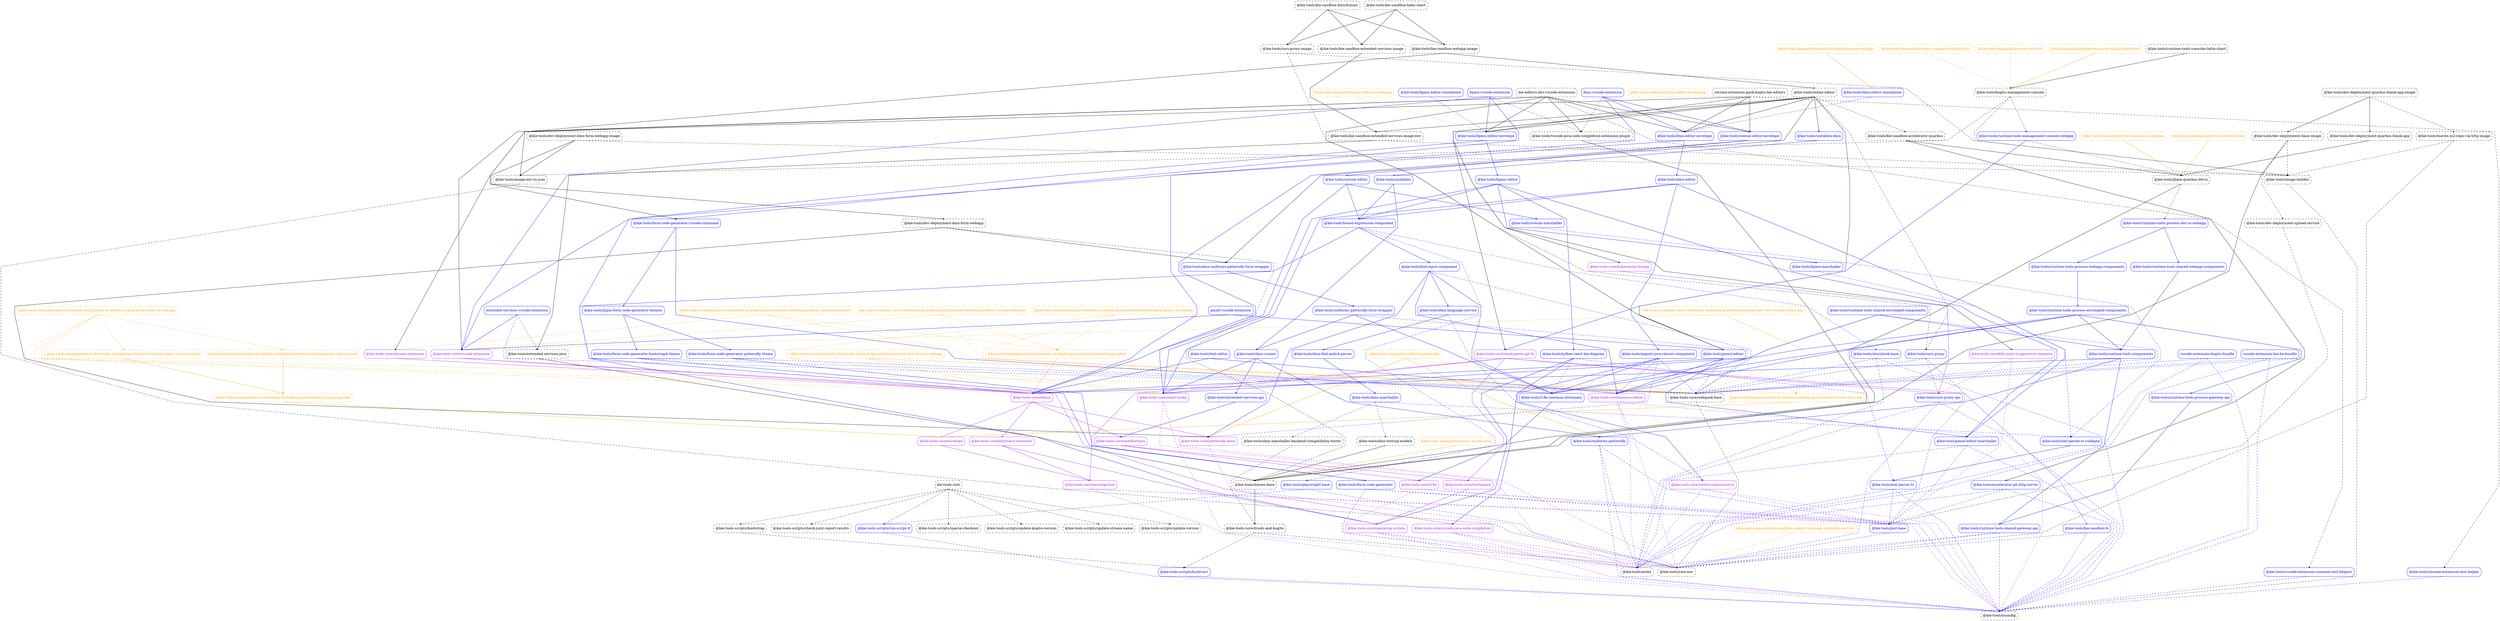
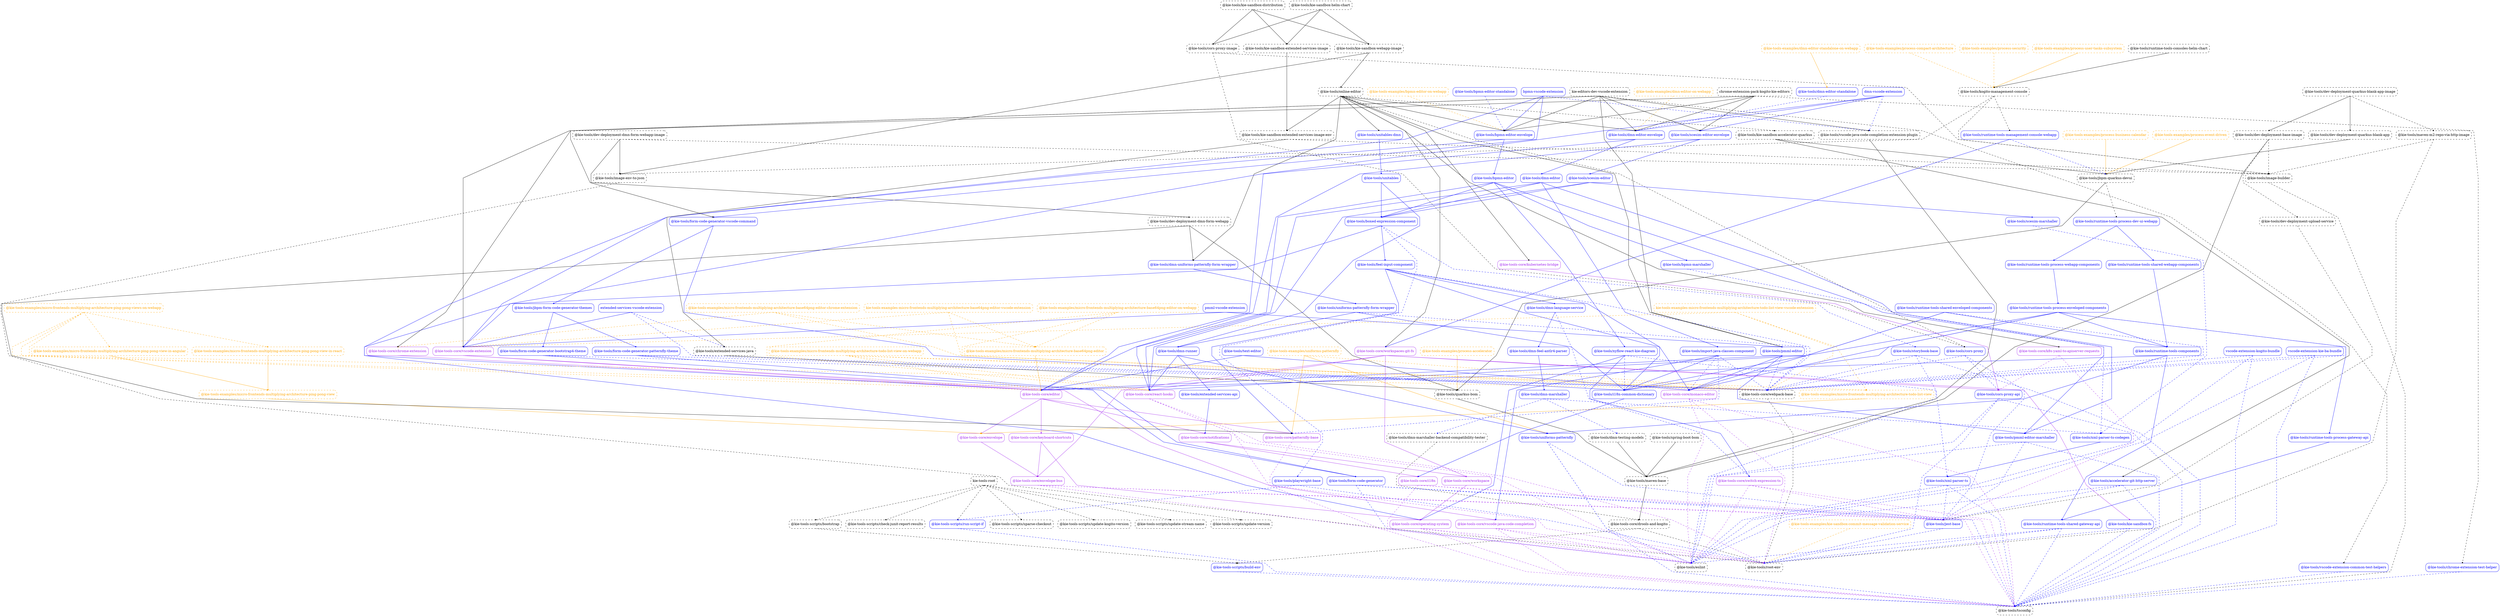
digraph G {
  graph [ ranksep =2, splines = "polyline", rankdir =TB, ordering = "out" ];
  node [ shape =box ];
  edge [ headport = "n", tailport = "s", arrowhead =dot, arrowsize =0.5 ];
  "kie-tools-root" [ color = "black", fontcolor = "black", style = "dashed, rounded" ];
  "@kie-tools-scripts/bootstrap" [ color = "black", fontcolor = "black", style = "dashed, rounded" ];
  "@kie-tools-scripts/check-junit-report-results" [ color = "black", fontcolor = "black", style = "dashed, rounded" ];
  "@kie-tools-scripts/run-script-if" [ color = "blue", fontcolor = "blue", style = "rounded" ];
  "@kie-tools-scripts/sparse-checkout" [ color = "black", fontcolor = "black", style = "dashed, rounded" ];
  "@kie-tools-scripts/update-kogito-version" [ color = "black", fontcolor = "black", style = "dashed, rounded" ];
  "@kie-tools-scripts/update-stream-name" [ color = "black", fontcolor = "black", style = "dashed, rounded" ];
  "@kie-tools-scripts/update-version" [ color = "black", fontcolor = "black", style = "dashed, rounded" ];
  "@kie-tools-examples/bpmn-editor-on-webapp" [ color = "orange", fontcolor = "orange", style = "dashed, rounded" ];
  "@kie-tools/bpmn-editor-envelope" [ color = "blue", fontcolor = "blue", style = "rounded" ];
  "@kie-tools-examples/dmn-editor-on-webapp" [ color = "orange", fontcolor = "orange", style = "dashed, rounded" ];
  "@kie-tools/dmn-editor-envelope" [ color = "blue", fontcolor = "blue", style = "rounded" ];
  "@kie-tools-examples/dmn-editor-standalone-on-webapp" [ color = "orange", fontcolor = "orange", style = "dashed, rounded" ];
  "@kie-tools/dmn-editor-standalone" [ color = "blue", fontcolor = "blue", style = "rounded" ];
  "@kie-tools-examples/kie-sandbox-commit-message-validation-service" [ color = "orange", fontcolor = "orange", style = "dashed, rounded" ];
  "@kie-tools/root-env" [ color = "black", fontcolor = "black", style = "dashed, rounded" ];
  "@kie-tools-examples/micro-frontends-multiplying-architecture-base64png-editor" [ color = "orange", fontcolor = "orange", style = "dashed, rounded" ];
  "@kie-tools-core/editor" [ color = "purple", fontcolor = "purple", style = "rounded" ];
  "@kie-tools-examples/micro-frontends-multiplying-architecture-base64png-editor-chrome-extension" [ color = "orange", fontcolor = "orange", style = "dashed, rounded" ];
  "@kie-tools-core/chrome-extension" [ color = "purple", fontcolor = "purple", style = "rounded" ];
  "@kie-tools-core/webpack-base" [ color = "black", fontcolor = "black", style = "dashed, rounded" ];
  "@kie-tools-examples/micro-frontends-multiplying-architecture-base64png-editor-on-webapp" [ color = "orange", fontcolor = "orange", style = "dashed, rounded" ];
  "@kie-tools-core/react-hooks" [ color = "purple", fontcolor = "purple", style = "rounded" ];
  "kie-tools-examples-micro-frontends-multiplying-architecture-base64png-editor-vscode-extension" [ color = "orange", fontcolor = "orange", style = "dashed, rounded" ];
  "@kie-tools-core/vscode-extension" [ color = "purple", fontcolor = "purple", style = "rounded" ];
  "@kie-tools-examples/micro-frontends-multiplying-architecture-ping-pong-view" [ color = "orange", fontcolor = "orange", style = "dashed, rounded" ];
  "@kie-tools-core/envelope" [ color = "purple", fontcolor = "purple", style = "rounded" ];
  "@kie-tools-examples/micro-frontends-multiplying-architecture-ping-pong-view-in-angular" [ color = "orange", fontcolor = "orange", style = "dashed, rounded" ];
  "@kie-tools-examples/micro-frontends-multiplying-architecture-ping-pong-view-in-react" [ color = "orange", fontcolor = "orange", style = "dashed, rounded" ];
  "@kie-tools-examples/micro-frontends-multiplying-architecture-ping-pong-views-on-webapp" [ color = "orange", fontcolor = "orange", style = "dashed, rounded" ];
  "@kie-tools-examples/micro-frontends-multiplying-architecture-todo-list-view" [ color = "orange", fontcolor = "orange", style = "dashed, rounded" ];
  "@kie-tools-examples/micro-frontends-multiplying-architecture-todo-list-view-on-webapp" [ color = "orange", fontcolor = "orange", style = "dashed, rounded" ];
  "kie-tools-examples-micro-frontends-multiplying-architecture-todo-list-view-vscode-extension" [ color = "orange", fontcolor = "orange", style = "dashed, rounded" ];
  "@kie-tools-examples/process-accelerator" [ color = "orange", fontcolor = "orange", style = "dashed, rounded" ];
-   "@kie-tools/maven-base" [ color = "black", fontcolor = "black", style = "dashed, rounded" ];
+   "@kie-tools/quarkus-bom" [ color = "black", fontcolor = "black", style = "dashed, rounded" ];
  "@kie-tools-examples/process-business-calendar" [ color = "orange", fontcolor = "orange", style = "dashed, rounded" ];
  "@kie-tools/jbpm-quarkus-devui" [ color = "black", fontcolor = "black", style = "dashed, rounded" ];
  "@kie-tools-examples/process-compact-architecture" [ color = "orange", fontcolor = "orange", style = "dashed, rounded" ];
  "@kie-tools/kogito-management-console" [ color = "black", fontcolor = "black", style = "dashed, rounded" ];
  "@kie-tools-examples/process-event-driven" [ color = "orange", fontcolor = "orange", style = "dashed, rounded" ];
  "@kie-tools-examples/process-security" [ color = "orange", fontcolor = "orange", style = "dashed, rounded" ];
  "@kie-tools-examples/process-user-tasks-subsystem" [ color = "orange", fontcolor = "orange", style = "dashed, rounded" ];
  "@kie-tools-examples/uniforms-patternfly" [ color = "orange", fontcolor = "orange", style = "dashed, rounded" ];
  "@kie-tools-core/patternfly-base" [ color = "purple", fontcolor = "purple", style = "rounded" ];
  "@kie-tools/uniforms-patternfly" [ color = "blue", fontcolor = "blue", style = "rounded" ];
  "@kie-tools/accelerator-git-http-server" [ color = "blue", fontcolor = "blue", style = "rounded" ];
  "@kie-tools/eslint" [ color = "black", fontcolor = "black", style = "dashed, rounded" ];
  "@kie-tools/jest-base" [ color = "blue", fontcolor = "blue", style = "rounded" ];
  "@kie-tools/tsconfig" [ color = "black", fontcolor = "black", style = "dashed, rounded" ];
  "@kie-tools/boxed-expression-component" [ color = "blue", fontcolor = "blue", style = "rounded" ];
  "@kie-tools-core/operating-system" [ color = "purple", fontcolor = "purple", style = "rounded" ];
  "@kie-tools/feel-input-component" [ color = "blue", fontcolor = "blue", style = "rounded" ];
  "@kie-tools/playwright-base" [ color = "blue", fontcolor = "blue", style = "rounded" ];
  "@kie-tools/storybook-base" [ color = "blue", fontcolor = "blue", style = "rounded" ];
  "@kie-tools/bpmn-editor" [ color = "blue", fontcolor = "blue", style = "rounded" ];
  "@kie-tools/bpmn-marshaller" [ color = "blue", fontcolor = "blue", style = "rounded" ];
  "@kie-tools/pmml-editor-marshaller" [ color = "blue", fontcolor = "blue", style = "rounded" ];
  "@kie-tools/xyflow-react-kie-diagram" [ color = "blue", fontcolor = "blue", style = "rounded" ];
  "@kie-tools/bpmn-editor-standalone" [ color = "blue", fontcolor = "blue", style = "rounded" ];
  "@kie-tools/xml-parser-ts-codegen" [ color = "blue", fontcolor = "blue", style = "rounded" ];
  "bpmn-vscode-extension" [ color = "blue", fontcolor = "blue", style = "rounded" ];
  "@kie-tools/form-code-generator-vscode-command" [ color = "blue", fontcolor = "blue", style = "rounded" ];
  "@kie-tools/vscode-java-code-completion-extension-plugin" [ color = "black", fontcolor = "black", style = "dashed, rounded" ];
  "chrome-extension-pack-kogito-kie-editors" [ color = "black", fontcolor = "black", style = "dashed, rounded" ];
  "@kie-tools/scesim-editor-envelope" [ color = "blue", fontcolor = "blue", style = "rounded" ];
  "@kie-tools/chrome-extension-test-helper" [ color = "blue", fontcolor = "blue", style = "rounded" ];
  "@kie-tools/cors-proxy" [ color = "blue", fontcolor = "blue", style = "rounded" ];
  "@kie-tools/cors-proxy-api" [ color = "blue", fontcolor = "blue", style = "rounded" ];
  "@kie-tools/cors-proxy-image" [ color = "black", fontcolor = "black", style = "dashed, rounded" ];
  "@kie-tools/image-builder" [ color = "black", fontcolor = "black", style = "dashed, rounded" ];
  "@kie-tools/dev-deployment-base-image" [ color = "black", fontcolor = "black", style = "dashed, rounded" ];
+   "@kie-tools/maven-base" [ color = "black", fontcolor = "black", style = "dashed, rounded" ];
  "@kie-tools/dev-deployment-upload-service" [ color = "black", fontcolor = "black", style = "dashed, rounded" ];
  "@kie-tools/dev-deployment-dmn-form-webapp" [ color = "black", fontcolor = "black", style = "dashed, rounded" ];
  "@kie-tools/dmn-uniforms-patternfly-form-wrapper" [ color = "blue", fontcolor = "blue", style = "rounded" ];
  "@kie-tools/dev-deployment-dmn-form-webapp-image" [ color = "black", fontcolor = "black", style = "dashed, rounded" ];
  "@kie-tools/image-env-to-json" [ color = "black", fontcolor = "black", style = "dashed, rounded" ];
  "@kie-tools/dev-deployment-quarkus-blank-app" [ color = "black", fontcolor = "black", style = "dashed, rounded" ];
  "@kie-tools/dev-deployment-quarkus-blank-app-image" [ color = "black", fontcolor = "black", style = "dashed, rounded" ];
  "@kie-tools/maven-m2-repo-via-http-image" [ color = "black", fontcolor = "black", style = "dashed, rounded" ];
  "@kie-tools/dmn-editor" [ color = "blue", fontcolor = "blue", style = "rounded" ];
  "@kie-tools/import-java-classes-component" [ color = "blue", fontcolor = "blue", style = "rounded" ];
  "@kie-tools/dmn-feel-antlr4-parser" [ color = "blue", fontcolor = "blue", style = "rounded" ];
  "@kie-tools/dmn-marshaller" [ color = "blue", fontcolor = "blue", style = "rounded" ];
  "@kie-tools/dmn-language-service" [ color = "blue", fontcolor = "blue", style = "rounded" ];
  "@kie-tools-core/switch-expression-ts" [ color = "purple", fontcolor = "purple", style = "rounded" ];
  "@kie-tools/dmn-marshaller-backend-compatibility-tester" [ color = "black", fontcolor = "black", style = "dashed, rounded" ];
  "@kie-tools/dmn-testing-models" [ color = "black", fontcolor = "black", style = "dashed, rounded" ];
  "@kie-tools-core/drools-and-kogito" [ color = "black", fontcolor = "black", style = "dashed, rounded" ];
  "@kie-tools/dmn-runner" [ color = "blue", fontcolor = "blue", style = "rounded" ];
  "@kie-tools/extended-services-api" [ color = "blue", fontcolor = "blue", style = "rounded" ];
  "@kie-tools/uniforms-patternfly-form-wrapper" [ color = "blue", fontcolor = "blue", style = "rounded" ];
  "dmn-vscode-extension" [ color = "blue", fontcolor = "blue", style = "rounded" ];
  "@kie-tools-scripts/build-env" [ color = "blue", fontcolor = "blue", style = "rounded" ];
  "@kie-tools-core/keyboard-shortcuts" [ color = "purple", fontcolor = "purple", style = "rounded" ];
  "@kie-tools-core/notifications" [ color = "purple", fontcolor = "purple", style = "rounded" ];
  "@kie-tools-core/envelope-bus" [ color = "purple", fontcolor = "purple", style = "rounded" ];
  "@kie-tools/extended-services-java" [ color = "black", fontcolor = "black", style = "dashed, rounded" ];
  "extended-services-vscode-extension" [ color = "blue", fontcolor = "blue", style = "rounded" ];
  "@kie-tools-core/monaco-editor" [ color = "purple", fontcolor = "purple", style = "rounded" ];
  "@kie-tools/i18n-common-dictionary" [ color = "blue", fontcolor = "blue", style = "rounded" ];
  "@kie-tools/form-code-generator" [ color = "blue", fontcolor = "blue", style = "rounded" ];
  "@kie-tools/form-code-generator-bootstrap4-theme" [ color = "blue", fontcolor = "blue", style = "rounded" ];
  "@kie-tools/form-code-generator-patternfly-theme" [ color = "blue", fontcolor = "blue", style = "rounded" ];
  "@kie-tools/jbpm-form-code-generator-themes" [ color = "blue", fontcolor = "blue", style = "rounded" ];
  "@kie-tools-core/i18n" [ color = "purple", fontcolor = "purple", style = "rounded" ];
  "@kie-tools-core/vscode-java-code-completion" [ color = "purple", fontcolor = "purple", style = "rounded" ];
  "@kie-tools/runtime-tools-process-dev-ui-webapp" [ color = "blue", fontcolor = "blue", style = "rounded" ];
  "@kie-tools-core/k8s-yaml-to-apiserver-requests" [ color = "purple", fontcolor = "purple", style = "rounded" ];
  "kie-editors-dev-vscode-extension" [ color = "black", fontcolor = "black", style = "dashed, rounded" ];
  "@kie-tools/pmml-editor" [ color = "blue", fontcolor = "blue", style = "rounded" ];
  "@kie-tools/vscode-extension-common-test-helpers" [ color = "blue", fontcolor = "blue", style = "rounded" ];
  "@kie-tools/kie-sandbox-accelerator-quarkus" [ color = "black", fontcolor = "black", style = "dashed, rounded" ];
  "@kie-tools/kie-sandbox-distribution" [ color = "black", fontcolor = "black", style = "dashed, rounded" ];
  "@kie-tools/kie-sandbox-extended-services-image" [ color = "black", fontcolor = "black", style = "dashed, rounded" ];
  "@kie-tools/kie-sandbox-webapp-image" [ color = "black", fontcolor = "black", style = "dashed, rounded" ];
  "@kie-tools/kie-sandbox-extended-services-image-env" [ color = "black", fontcolor = "black", style = "dashed, rounded" ];
  "@kie-tools/kie-sandbox-fs" [ color = "blue", fontcolor = "blue", style = "rounded" ];
  "@kie-tools/kie-sandbox-helm-chart" [ color = "black", fontcolor = "black", style = "dashed, rounded" ];
  "@kie-tools/online-editor" [ color = "black", fontcolor = "black", style = "dashed, rounded" ];
  "@kie-tools/runtime-tools-management-console-webapp" [ color = "blue", fontcolor = "blue", style = "rounded" ];
  "@kie-tools-core/kubernetes-bridge" [ color = "purple", fontcolor = "purple", style = "rounded" ];
  "@kie-tools-core/workspace" [ color = "purple", fontcolor = "purple", style = "rounded" ];
  "@kie-tools-core/workspaces-git-fs" [ color = "purple", fontcolor = "purple", style = "rounded" ];
  "@kie-tools/unitables-dmn" [ color = "blue", fontcolor = "blue", style = "rounded" ];
  "pmml-vscode-extension" [ color = "blue", fontcolor = "blue", style = "rounded" ];
  "@kie-tools/runtime-tools-components" [ color = "blue", fontcolor = "blue", style = "rounded" ];
  "@kie-tools/runtime-tools-shared-gateway-api" [ color = "blue", fontcolor = "blue", style = "rounded" ];
  "@kie-tools/runtime-tools-consoles-helm-chart" [ color = "black", fontcolor = "black", style = "dashed, rounded" ];
  "@kie-tools/runtime-tools-process-webapp-components" [ color = "blue", fontcolor = "blue", style = "rounded" ];
  "@kie-tools/runtime-tools-shared-webapp-components" [ color = "blue", fontcolor = "blue", style = "rounded" ];
  "@kie-tools/runtime-tools-process-enveloped-components" [ color = "blue", fontcolor = "blue", style = "rounded" ];
  "@kie-tools/runtime-tools-process-gateway-api" [ color = "blue", fontcolor = "blue", style = "rounded" ];
  "@kie-tools/runtime-tools-shared-enveloped-components" [ color = "blue", fontcolor = "blue", style = "rounded" ];
  "@kie-tools/scesim-editor" [ color = "blue", fontcolor = "blue", style = "rounded" ];
  "@kie-tools/scesim-marshaller" [ color = "blue", fontcolor = "blue", style = "rounded" ];
+   "@kie-tools/spring-boot-bom" [ color = "black", fontcolor = "black", style = "dashed, rounded" ];
  "@kie-tools/text-editor" [ color = "blue", fontcolor = "blue", style = "rounded" ];
  "@kie-tools/unitables" [ color = "blue", fontcolor = "blue", style = "rounded" ];
  "vscode-extension-kie-ba-bundle" [ color = "blue", fontcolor = "blue", style = "rounded" ];
  "vscode-extension-kogito-bundle" [ color = "blue", fontcolor = "blue", style = "rounded" ];
  "@kie-tools/xml-parser-ts" [ color = "blue", fontcolor = "blue", style = "rounded" ];
  "kie-tools-root" -> "@kie-tools-scripts/bootstrap" [ style = "dashed", color = "black" ];
  "kie-tools-root" -> "@kie-tools-scripts/check-junit-report-results" [ style = "dashed", color = "black" ];
  "kie-tools-root" -> "@kie-tools-scripts/run-script-if" [ style = "dashed", color = "black" ];
  "kie-tools-root" -> "@kie-tools-scripts/sparse-checkout" [ style = "dashed", color = "black" ];
  "kie-tools-root" -> "@kie-tools-scripts/update-kogito-version" [ style = "dashed", color = "black" ];
  "kie-tools-root" -> "@kie-tools-scripts/update-stream-name" [ style = "dashed", color = "black" ];
  "kie-tools-root" -> "@kie-tools-scripts/update-version" [ style = "dashed", color = "black" ];
  "@kie-tools-examples/bpmn-editor-on-webapp" -> "@kie-tools/bpmn-editor-envelope" [ style = "dashed", color = "orange" ];
  "@kie-tools-examples/dmn-editor-on-webapp" -> "@kie-tools/dmn-editor-envelope" [ style = "dashed", color = "orange" ];
  "@kie-tools-examples/dmn-editor-standalone-on-webapp" -> "@kie-tools/dmn-editor-standalone" [ style = "solid", color = "orange" ];
  "@kie-tools-examples/kie-sandbox-commit-message-validation-service" -> "@kie-tools/root-env" [ style = "dashed", color = "orange" ];
  "@kie-tools-examples/micro-frontends-multiplying-architecture-base64png-editor" -> "@kie-tools-core/editor" [ style = "solid", color = "orange" ];
  "@kie-tools-examples/micro-frontends-multiplying-architecture-base64png-editor-chrome-extension" -> "@kie-tools-core/chrome-extension" [ style = "dashed", color = "orange" ];
  "@kie-tools-examples/micro-frontends-multiplying-architecture-base64png-editor-chrome-extension" -> "@kie-tools-core/webpack-base" [ style = "dashed", color = "orange" ];
  "@kie-tools-examples/micro-frontends-multiplying-architecture-base64png-editor-chrome-extension" -> "@kie-tools-examples/micro-frontends-multiplying-architecture-base64png-editor" [ style = "dashed", color = "orange" ];
  "@kie-tools-examples/micro-frontends-multiplying-architecture-base64png-editor-on-webapp" -> "@kie-tools-core/react-hooks" [ style = "dashed", color = "orange" ];
  "@kie-tools-examples/micro-frontends-multiplying-architecture-base64png-editor-on-webapp" -> "@kie-tools-core/webpack-base" [ style = "dashed", color = "orange" ];
  "@kie-tools-examples/micro-frontends-multiplying-architecture-base64png-editor-on-webapp" -> "@kie-tools-examples/micro-frontends-multiplying-architecture-base64png-editor" [ style = "dashed", color = "orange" ];
  "kie-tools-examples-micro-frontends-multiplying-architecture-base64png-editor-vscode-extension" -> "@kie-tools-core/vscode-extension" [ style = "dashed", color = "orange" ];
  "kie-tools-examples-micro-frontends-multiplying-architecture-base64png-editor-vscode-extension" -> "@kie-tools-core/webpack-base" [ style = "dashed", color = "orange" ];
  "kie-tools-examples-micro-frontends-multiplying-architecture-base64png-editor-vscode-extension" -> "@kie-tools-examples/micro-frontends-multiplying-architecture-base64png-editor" [ style = "dashed", color = "orange" ];
  "@kie-tools-examples/micro-frontends-multiplying-architecture-ping-pong-view" -> "@kie-tools-core/envelope" [ style = "solid", color = "orange" ];
  "@kie-tools-examples/micro-frontends-multiplying-architecture-ping-pong-view-in-angular" -> "@kie-tools-examples/micro-frontends-multiplying-architecture-ping-pong-view" [ style = "solid", color = "orange" ];
  "@kie-tools-examples/micro-frontends-multiplying-architecture-ping-pong-view-in-react" -> "@kie-tools-examples/micro-frontends-multiplying-architecture-ping-pong-view" [ style = "solid", color = "orange" ];
  "@kie-tools-examples/micro-frontends-multiplying-architecture-ping-pong-views-on-webapp" -> "@kie-tools-core/editor" [ style = "dashed", color = "orange" ];
  "@kie-tools-examples/micro-frontends-multiplying-architecture-ping-pong-views-on-webapp" -> "@kie-tools-core/react-hooks" [ style = "dashed", color = "orange" ];
  "@kie-tools-examples/micro-frontends-multiplying-architecture-ping-pong-views-on-webapp" -> "@kie-tools-core/webpack-base" [ style = "dashed", color = "orange" ];
  "@kie-tools-examples/micro-frontends-multiplying-architecture-ping-pong-views-on-webapp" -> "@kie-tools-examples/micro-frontends-multiplying-architecture-ping-pong-view-in-angular" [ style = "dashed", color = "orange" ];
  "@kie-tools-examples/micro-frontends-multiplying-architecture-ping-pong-views-on-webapp" -> "@kie-tools-examples/micro-frontends-multiplying-architecture-ping-pong-view-in-react" [ style = "dashed", color = "orange" ];
  "@kie-tools-examples/micro-frontends-multiplying-architecture-todo-list-view" -> "@kie-tools-core/envelope" [ style = "solid", color = "orange" ];
  "@kie-tools-examples/micro-frontends-multiplying-architecture-todo-list-view-on-webapp" -> "@kie-tools-core/editor" [ style = "dashed", color = "orange" ];
  "@kie-tools-examples/micro-frontends-multiplying-architecture-todo-list-view-on-webapp" -> "@kie-tools-core/react-hooks" [ style = "dashed", color = "orange" ];
  "@kie-tools-examples/micro-frontends-multiplying-architecture-todo-list-view-on-webapp" -> "@kie-tools-core/webpack-base" [ style = "dashed", color = "orange" ];
  "@kie-tools-examples/micro-frontends-multiplying-architecture-todo-list-view-on-webapp" -> "@kie-tools-examples/micro-frontends-multiplying-architecture-todo-list-view" [ style = "dashed", color = "orange" ];
  "kie-tools-examples-micro-frontends-multiplying-architecture-todo-list-view-vscode-extension" -> "@kie-tools-core/vscode-extension" [ style = "dashed", color = "orange" ];
  "kie-tools-examples-micro-frontends-multiplying-architecture-todo-list-view-vscode-extension" -> "@kie-tools-core/webpack-base" [ style = "dashed", color = "orange" ];
  "kie-tools-examples-micro-frontends-multiplying-architecture-todo-list-view-vscode-extension" -> "@kie-tools-examples/micro-frontends-multiplying-architecture-todo-list-view" [ style = "dashed", color = "orange" ];
-   "@kie-tools-examples/process-accelerator" -> "@kie-tools/maven-base" [ style = "solid", color = "orange" ];
+   "@kie-tools-examples/process-accelerator" -> "@kie-tools/quarkus-bom" [ style = "solid", color = "orange" ];
  "@kie-tools-examples/process-business-calendar" -> "@kie-tools/jbpm-quarkus-devui" [ style = "solid", color = "orange" ];
  "@kie-tools-examples/process-compact-architecture" -> "@kie-tools/kogito-management-console" [ style = "dashed", color = "orange" ];
  "@kie-tools-examples/process-event-driven" -> "@kie-tools/jbpm-quarkus-devui" [ style = "solid", color = "orange" ];
  "@kie-tools-examples/process-security" -> "@kie-tools/kogito-management-console" [ style = "dashed", color = "orange" ];
  "@kie-tools-examples/process-user-tasks-subsystem" -> "@kie-tools/kogito-management-console" [ style = "solid", color = "orange" ];
  "@kie-tools-examples/uniforms-patternfly" -> "@kie-tools-core/patternfly-base" [ style = "solid", color = "orange" ];
  "@kie-tools-examples/uniforms-patternfly" -> "@kie-tools/uniforms-patternfly" [ style = "solid", color = "orange" ];
  "@kie-tools-examples/uniforms-patternfly" -> "@kie-tools-core/webpack-base" [ style = "dashed", color = "orange" ];
  "@kie-tools/accelerator-git-http-server" -> "@kie-tools/eslint" [ style = "dashed", color = "blue" ];
  "@kie-tools/accelerator-git-http-server" -> "@kie-tools/jest-base" [ style = "dashed", color = "blue" ];
  "@kie-tools/accelerator-git-http-server" -> "@kie-tools/tsconfig" [ style = "dashed", color = "blue" ];
  "@kie-tools/boxed-expression-component" -> "@kie-tools-core/operating-system" [ style = "solid", color = "blue" ];
  "@kie-tools/boxed-expression-component" -> "@kie-tools/feel-input-component" [ style = "solid", color = "blue" ];
  "@kie-tools/boxed-expression-component" -> "@kie-tools/playwright-base" [ style = "dashed", color = "blue" ];
  "@kie-tools/boxed-expression-component" -> "@kie-tools/storybook-base" [ style = "dashed", color = "blue" ];
  "@kie-tools/bpmn-editor" -> "@kie-tools-core/react-hooks" [ style = "solid", color = "blue" ];
  "@kie-tools/bpmn-editor" -> "@kie-tools/boxed-expression-component" [ style = "solid", color = "blue" ];
  "@kie-tools/bpmn-editor" -> "@kie-tools/bpmn-marshaller" [ style = "solid", color = "blue" ];
  "@kie-tools/bpmn-editor" -> "@kie-tools/pmml-editor-marshaller" [ style = "solid", color = "blue" ];
  "@kie-tools/bpmn-editor" -> "@kie-tools/xyflow-react-kie-diagram" [ style = "solid", color = "blue" ];
  "@kie-tools/bpmn-editor-envelope" -> "@kie-tools-core/editor" [ style = "solid", color = "blue" ];
  "@kie-tools/bpmn-editor-envelope" -> "@kie-tools/bpmn-editor" [ style = "solid", color = "blue" ];
  "@kie-tools/bpmn-editor-standalone" -> "@kie-tools/bpmn-editor-envelope" [ style = "dashed", color = "blue" ];
  "@kie-tools/bpmn-marshaller" -> "@kie-tools/xml-parser-ts-codegen" [ style = "dashed", color = "blue" ];
  "bpmn-vscode-extension" -> "@kie-tools-core/vscode-extension" [ style = "solid", color = "blue" ];
  "bpmn-vscode-extension" -> "@kie-tools/bpmn-editor-envelope" [ style = "solid", color = "blue" ];
  "bpmn-vscode-extension" -> "@kie-tools/form-code-generator-vscode-command" [ style = "solid", color = "blue" ];
  "bpmn-vscode-extension" -> "@kie-tools/vscode-java-code-completion-extension-plugin" [ style = "dashed", color = "blue" ];
  "@kie-tools-core/chrome-extension" -> "@kie-tools-core/editor" [ style = "solid", color = "purple" ];
  "chrome-extension-pack-kogito-kie-editors" -> "@kie-tools-core/chrome-extension" [ style = "solid", color = "black" ];
  "chrome-extension-pack-kogito-kie-editors" -> "@kie-tools/bpmn-editor-envelope" [ style = "solid", color = "black" ];
  "chrome-extension-pack-kogito-kie-editors" -> "@kie-tools/dmn-editor-envelope" [ style = "solid", color = "black" ];
  "chrome-extension-pack-kogito-kie-editors" -> "@kie-tools/scesim-editor-envelope" [ style = "solid", color = "black" ];
  "chrome-extension-pack-kogito-kie-editors" -> "@kie-tools/chrome-extension-test-helper" [ style = "dashed", color = "black" ];
  "@kie-tools/chrome-extension-test-helper" -> "@kie-tools/tsconfig" [ style = "dashed", color = "blue" ];
  "@kie-tools/cors-proxy" -> "@kie-tools-core/webpack-base" [ style = "dashed", color = "blue" ];
  "@kie-tools/cors-proxy" -> "@kie-tools/cors-proxy-api" [ style = "dashed", color = "blue" ];
  "@kie-tools/cors-proxy" -> "@kie-tools/jest-base" [ style = "dashed", color = "blue" ];
  "@kie-tools/cors-proxy-api" -> "@kie-tools/eslint" [ style = "dashed", color = "blue" ];
  "@kie-tools/cors-proxy-api" -> "@kie-tools/root-env" [ style = "dashed", color = "blue" ];
  "@kie-tools/cors-proxy-api" -> "@kie-tools/tsconfig" [ style = "dashed", color = "blue" ];
  "@kie-tools/cors-proxy-image" -> "@kie-tools/cors-proxy" [ style = "dashed", color = "black" ];
  "@kie-tools/cors-proxy-image" -> "@kie-tools/image-builder" [ style = "dashed", color = "black" ];
  "@kie-tools/dev-deployment-base-image" -> "@kie-tools/maven-base" [ style = "solid", color = "black" ];
  "@kie-tools/dev-deployment-base-image" -> "@kie-tools/dev-deployment-upload-service" [ style = "dashed", color = "black" ];
  "@kie-tools/dev-deployment-base-image" -> "@kie-tools/image-builder" [ style = "dashed", color = "black" ];
  "@kie-tools/dev-deployment-dmn-form-webapp" -> "@kie-tools-core/patternfly-base" [ style = "solid", color = "black" ];
  "@kie-tools/dev-deployment-dmn-form-webapp" -> "@kie-tools/dmn-uniforms-patternfly-form-wrapper" [ style = "solid", color = "black" ];
-   "@kie-tools/dev-deployment-dmn-form-webapp" -> "@kie-tools/maven-base" [ style = "dashed", color = "black" ];
+   "@kie-tools/dev-deployment-dmn-form-webapp" -> "@kie-tools/quarkus-bom" [ style = "solid", color = "black" ];
  "@kie-tools/dev-deployment-dmn-form-webapp-image" -> "@kie-tools/dev-deployment-dmn-form-webapp" [ style = "solid", color = "black" ];
  "@kie-tools/dev-deployment-dmn-form-webapp-image" -> "@kie-tools/image-env-to-json" [ style = "solid", color = "black" ];
  "@kie-tools/dev-deployment-dmn-form-webapp-image" -> "@kie-tools/image-builder" [ style = "dashed", color = "black" ];
  "@kie-tools/dev-deployment-quarkus-blank-app" -> "@kie-tools/jbpm-quarkus-devui" [ style = "solid", color = "black" ];
  "@kie-tools/dev-deployment-quarkus-blank-app-image" -> "@kie-tools/dev-deployment-base-image" [ style = "solid", color = "black" ];
  "@kie-tools/dev-deployment-quarkus-blank-app-image" -> "@kie-tools/dev-deployment-quarkus-blank-app" [ style = "solid", color = "black" ];
  "@kie-tools/dev-deployment-quarkus-blank-app-image" -> "@kie-tools/maven-m2-repo-via-http-image" [ style = "dashed", color = "black" ];
  "@kie-tools/dev-deployment-upload-service" -> "@kie-tools/jest-base" [ style = "dashed", color = "black" ];
  "@kie-tools/dmn-editor" -> "@kie-tools-core/react-hooks" [ style = "solid", color = "blue" ];
  "@kie-tools/dmn-editor" -> "@kie-tools/boxed-expression-component" [ style = "solid", color = "blue" ];
  "@kie-tools/dmn-editor" -> "@kie-tools/import-java-classes-component" [ style = "solid", color = "blue" ];
  "@kie-tools/dmn-editor" -> "@kie-tools/pmml-editor-marshaller" [ style = "solid", color = "blue" ];
  "@kie-tools/dmn-editor-envelope" -> "@kie-tools-core/editor" [ style = "solid", color = "blue" ];
  "@kie-tools/dmn-editor-envelope" -> "@kie-tools/dmn-editor" [ style = "solid", color = "blue" ];
  "@kie-tools/dmn-editor-standalone" -> "@kie-tools/dmn-editor-envelope" [ style = "dashed", color = "blue" ];
  "@kie-tools/dmn-feel-antlr4-parser" -> "@kie-tools/dmn-marshaller" [ style = "solid", color = "blue" ];
  "@kie-tools/dmn-language-service" -> "@kie-tools/dmn-feel-antlr4-parser" [ style = "solid", color = "blue" ];
  "@kie-tools/dmn-language-service" -> "@kie-tools-core/switch-expression-ts" [ style = "dashed", color = "blue" ];
  "@kie-tools/dmn-marshaller" -> "@kie-tools/dmn-marshaller-backend-compatibility-tester" [ style = "dashed", color = "blue" ];
  "@kie-tools/dmn-marshaller" -> "@kie-tools/dmn-testing-models" [ style = "dashed", color = "blue" ];
  "@kie-tools/dmn-marshaller" -> "@kie-tools/xml-parser-ts-codegen" [ style = "dashed", color = "blue" ];
  "@kie-tools/dmn-marshaller-backend-compatibility-tester" -> "@kie-tools-core/drools-and-kogito" [ style = "dashed", color = "black" ];
  "@kie-tools/dmn-runner" -> "@kie-tools-core/react-hooks" [ style = "solid", color = "blue" ];
  "@kie-tools/dmn-runner" -> "@kie-tools/extended-services-api" [ style = "solid", color = "blue" ];
  "@kie-tools/dmn-runner" -> "@kie-tools/uniforms-patternfly" [ style = "solid", color = "blue" ];
  "@kie-tools/dmn-testing-models" -> "@kie-tools/maven-base" [ style = "solid", color = "black" ];
  "@kie-tools/dmn-uniforms-patternfly-form-wrapper" -> "@kie-tools/uniforms-patternfly-form-wrapper" [ style = "solid", color = "blue" ];
  "dmn-vscode-extension" -> "@kie-tools-core/vscode-extension" [ style = "solid", color = "blue" ];
  "dmn-vscode-extension" -> "@kie-tools/dmn-editor-envelope" [ style = "solid", color = "blue" ];
  "dmn-vscode-extension" -> "@kie-tools/scesim-editor-envelope" [ style = "solid", color = "blue" ];
  "dmn-vscode-extension" -> "@kie-tools/vscode-java-code-completion-extension-plugin" [ style = "dashed", color = "blue" ];
  "@kie-tools-core/drools-and-kogito" -> "@kie-tools-scripts/build-env" [ style = "dashed", color = "black" ];
  "@kie-tools-core/drools-and-kogito" -> "@kie-tools/root-env" [ style = "dashed", color = "black" ];
  "@kie-tools-core/editor" -> "@kie-tools-core/envelope" [ style = "solid", color = "purple" ];
  "@kie-tools-core/editor" -> "@kie-tools-core/keyboard-shortcuts" [ style = "solid", color = "purple" ];
  "@kie-tools-core/editor" -> "@kie-tools-core/notifications" [ style = "solid", color = "purple" ];
  "@kie-tools-core/editor" -> "@kie-tools-core/patternfly-base" [ style = "solid", color = "purple" ];
  "@kie-tools-core/envelope" -> "@kie-tools-core/envelope-bus" [ style = "solid", color = "purple" ];
  "@kie-tools-core/envelope-bus" -> "@kie-tools/eslint" [ style = "dashed", color = "purple" ];
  "@kie-tools-core/envelope-bus" -> "@kie-tools/jest-base" [ style = "dashed", color = "purple" ];
  "@kie-tools-core/envelope-bus" -> "@kie-tools/tsconfig" [ style = "dashed", color = "purple" ];
  "@kie-tools/extended-services-api" -> "@kie-tools-core/notifications" [ style = "solid", color = "blue" ];
-   "@kie-tools/extended-services-java" -> "@kie-tools/maven-base" [ style = "solid", color = "black" ];
+   "@kie-tools/extended-services-java" -> "@kie-tools/quarkus-bom" [ style = "solid", color = "black" ];
  "extended-services-vscode-extension" -> "@kie-tools-core/vscode-extension" [ style = "solid", color = "blue" ];
  "extended-services-vscode-extension" -> "@kie-tools-core/webpack-base" [ style = "dashed", color = "blue" ];
  "extended-services-vscode-extension" -> "@kie-tools/extended-services-java" [ style = "dashed", color = "blue" ];
  "@kie-tools/feel-input-component" -> "@kie-tools-core/monaco-editor" [ style = "solid", color = "blue" ];
  "@kie-tools/feel-input-component" -> "@kie-tools-core/patternfly-base" [ style = "solid", color = "blue" ];
  "@kie-tools/feel-input-component" -> "@kie-tools/dmn-language-service" [ style = "solid", color = "blue" ];
  "@kie-tools/feel-input-component" -> "@kie-tools/i18n-common-dictionary" [ style = "solid", color = "blue" ];
  "@kie-tools/feel-input-component" -> "@kie-tools-core/webpack-base" [ style = "dashed", color = "blue" ];
  "@kie-tools/form-code-generator" -> "@kie-tools/eslint" [ style = "dashed", color = "blue" ];
  "@kie-tools/form-code-generator" -> "@kie-tools/jest-base" [ style = "dashed", color = "blue" ];
  "@kie-tools/form-code-generator" -> "@kie-tools/tsconfig" [ style = "dashed", color = "blue" ];
  "@kie-tools/form-code-generator-bootstrap4-theme" -> "@kie-tools/form-code-generator" [ style = "solid", color = "blue" ];
  "@kie-tools/form-code-generator-bootstrap4-theme" -> "@kie-tools-core/webpack-base" [ style = "dashed", color = "blue" ];
  "@kie-tools/form-code-generator-patternfly-theme" -> "@kie-tools/form-code-generator" [ style = "solid", color = "blue" ];
  "@kie-tools/form-code-generator-patternfly-theme" -> "@kie-tools-core/webpack-base" [ style = "dashed", color = "blue" ];
  "@kie-tools/form-code-generator-vscode-command" -> "@kie-tools/i18n-common-dictionary" [ style = "solid", color = "blue" ];
  "@kie-tools/form-code-generator-vscode-command" -> "@kie-tools/jbpm-form-code-generator-themes" [ style = "solid", color = "blue" ];
  "@kie-tools-core/i18n" -> "@kie-tools/eslint" [ style = "dashed", color = "purple" ];
  "@kie-tools-core/i18n" -> "@kie-tools/jest-base" [ style = "dashed", color = "purple" ];
  "@kie-tools-core/i18n" -> "@kie-tools/tsconfig" [ style = "dashed", color = "purple" ];
  "@kie-tools/i18n-common-dictionary" -> "@kie-tools-core/i18n" [ style = "solid", color = "blue" ];
  "@kie-tools/image-builder" -> "@kie-tools/tsconfig" [ style = "dashed", color = "black" ];
  "@kie-tools/image-env-to-json" -> "@kie-tools/root-env" [ style = "dashed", color = "black" ];
  "@kie-tools/import-java-classes-component" -> "@kie-tools-core/vscode-java-code-completion" [ style = "solid", color = "blue" ];
  "@kie-tools/import-java-classes-component" -> "@kie-tools/i18n-common-dictionary" [ style = "solid", color = "blue" ];
  "@kie-tools/import-java-classes-component" -> "@kie-tools-core/monaco-editor" [ style = "dashed", color = "blue" ];
  "@kie-tools/import-java-classes-component" -> "@kie-tools-core/patternfly-base" [ style = "dashed", color = "blue" ];
  "@kie-tools/import-java-classes-component" -> "@kie-tools-core/webpack-base" [ style = "dashed", color = "blue" ];
  "@kie-tools/jbpm-form-code-generator-themes" -> "@kie-tools/form-code-generator-bootstrap4-theme" [ style = "solid", color = "blue" ];
  "@kie-tools/jbpm-form-code-generator-themes" -> "@kie-tools/form-code-generator-patternfly-theme" [ style = "solid", color = "blue" ];
-   "@kie-tools/jbpm-quarkus-devui" -> "@kie-tools/maven-base" [ style = "solid", color = "black" ];
+   "@kie-tools/jbpm-quarkus-devui" -> "@kie-tools/quarkus-bom" [ style = "solid", color = "black" ];
  "@kie-tools/jbpm-quarkus-devui" -> "@kie-tools/runtime-tools-process-dev-ui-webapp" [ style = "dashed", color = "black" ];
  "@kie-tools/jest-base" -> "@kie-tools/root-env" [ style = "dashed", color = "blue" ];
  "@kie-tools-core/k8s-yaml-to-apiserver-requests" -> "@kie-tools/cors-proxy-api" [ style = "dashed", color = "purple" ];
  "@kie-tools-core/k8s-yaml-to-apiserver-requests" -> "@kie-tools/jest-base" [ style = "dashed", color = "purple" ];
  "@kie-tools-core/keyboard-shortcuts" -> "@kie-tools-core/envelope-bus" [ style = "solid", color = "purple" ];
  "@kie-tools-core/keyboard-shortcuts" -> "@kie-tools-core/operating-system" [ style = "solid", color = "purple" ];
  "kie-editors-dev-vscode-extension" -> "@kie-tools-core/vscode-extension" [ style = "solid", color = "black" ];
  "kie-editors-dev-vscode-extension" -> "@kie-tools/bpmn-editor-envelope" [ style = "solid", color = "black" ];
  "kie-editors-dev-vscode-extension" -> "@kie-tools/dmn-editor-envelope" [ style = "solid", color = "black" ];
  "kie-editors-dev-vscode-extension" -> "@kie-tools/form-code-generator-vscode-command" [ style = "solid", color = "black" ];
  "kie-editors-dev-vscode-extension" -> "@kie-tools/pmml-editor" [ style = "solid", color = "black" ];
  "kie-editors-dev-vscode-extension" -> "@kie-tools/scesim-editor-envelope" [ style = "solid", color = "black" ];
  "kie-editors-dev-vscode-extension" -> "@kie-tools/vscode-java-code-completion-extension-plugin" [ style = "solid", color = "black" ];
  "kie-editors-dev-vscode-extension" -> "@kie-tools/vscode-extension-common-test-helpers" [ style = "dashed", color = "black" ];
  "@kie-tools/kie-sandbox-accelerator-quarkus" -> "@kie-tools/accelerator-git-http-server" [ style = "solid", color = "black" ];
  "@kie-tools/kie-sandbox-accelerator-quarkus" -> "@kie-tools/jbpm-quarkus-devui" [ style = "solid", color = "black" ];
  "@kie-tools/kie-sandbox-distribution" -> "@kie-tools/cors-proxy-image" [ style = "solid", color = "black" ];
  "@kie-tools/kie-sandbox-distribution" -> "@kie-tools/kie-sandbox-extended-services-image" [ style = "solid", color = "black" ];
  "@kie-tools/kie-sandbox-distribution" -> "@kie-tools/kie-sandbox-webapp-image" [ style = "solid", color = "black" ];
  "@kie-tools/kie-sandbox-extended-services-image" -> "@kie-tools/kie-sandbox-extended-services-image-env" [ style = "solid", color = "black" ];
  "@kie-tools/kie-sandbox-extended-services-image-env" -> "@kie-tools/extended-services-java" [ style = "solid", color = "black" ];
  "@kie-tools/kie-sandbox-extended-services-image-env" -> "@kie-tools/image-builder" [ style = "dashed", color = "black" ];
  "@kie-tools/kie-sandbox-fs" -> "@kie-tools/root-env" [ style = "dashed", color = "blue" ];
  "@kie-tools/kie-sandbox-fs" -> "@kie-tools/tsconfig" [ style = "dashed", color = "blue" ];
  "@kie-tools/kie-sandbox-helm-chart" -> "@kie-tools/cors-proxy-image" [ style = "solid", color = "black" ];
  "@kie-tools/kie-sandbox-helm-chart" -> "@kie-tools/kie-sandbox-extended-services-image" [ style = "solid", color = "black" ];
  "@kie-tools/kie-sandbox-helm-chart" -> "@kie-tools/kie-sandbox-webapp-image" [ style = "solid", color = "black" ];
  "@kie-tools/kie-sandbox-webapp-image" -> "@kie-tools/image-env-to-json" [ style = "solid", color = "black" ];
  "@kie-tools/kie-sandbox-webapp-image" -> "@kie-tools/online-editor" [ style = "solid", color = "black" ];
  "@kie-tools/kogito-management-console" -> "@kie-tools/image-builder" [ style = "dashed", color = "black" ];
  "@kie-tools/kogito-management-console" -> "@kie-tools/image-env-to-json" [ style = "dashed", color = "black" ];
  "@kie-tools/kogito-management-console" -> "@kie-tools/runtime-tools-management-console-webapp" [ style = "dashed", color = "black" ];
  "@kie-tools-core/kubernetes-bridge" -> "@kie-tools/cors-proxy-api" [ style = "solid", color = "purple" ];
  "@kie-tools/maven-base" -> "@kie-tools-core/drools-and-kogito" [ style = "solid", color = "black" ];
  "@kie-tools/maven-m2-repo-via-http-image" -> "@kie-tools/image-builder" [ style = "dashed", color = "black" ];
  "@kie-tools/maven-m2-repo-via-http-image" -> "@kie-tools/root-env" [ style = "dashed", color = "black" ];
  "@kie-tools-core/monaco-editor" -> "@kie-tools/eslint" [ style = "dashed", color = "purple" ];
  "@kie-tools-core/monaco-editor" -> "@kie-tools/root-env" [ style = "dashed", color = "purple" ];
  "@kie-tools-core/monaco-editor" -> "@kie-tools/tsconfig" [ style = "dashed", color = "purple" ];
  "@kie-tools-core/notifications" -> "@kie-tools-core/i18n" [ style = "solid", color = "purple" ];
  "@kie-tools-core/notifications" -> "@kie-tools-core/workspace" [ style = "solid", color = "purple" ];
  "@kie-tools/online-editor" -> "@kie-tools-core/k8s-yaml-to-apiserver-requests" [ style = "solid", color = "black" ];
  "@kie-tools/online-editor" -> "@kie-tools-core/kubernetes-bridge" [ style = "solid", color = "black" ];
  "@kie-tools/online-editor" -> "@kie-tools-core/workspaces-git-fs" [ style = "solid", color = "black" ];
  "@kie-tools/online-editor" -> "@kie-tools/bpmn-editor-envelope" [ style = "solid", color = "black" ];
  "@kie-tools/online-editor" -> "@kie-tools/dmn-editor-envelope" [ style = "solid", color = "black" ];
  "@kie-tools/online-editor" -> "@kie-tools/dmn-uniforms-patternfly-form-wrapper" [ style = "solid", color = "black" ];
  "@kie-tools/online-editor" -> "@kie-tools/kie-sandbox-extended-services-image-env" [ style = "solid", color = "black" ];
  "@kie-tools/online-editor" -> "@kie-tools/pmml-editor" [ style = "solid", color = "black" ];
  "@kie-tools/online-editor" -> "@kie-tools/unitables-dmn" [ style = "solid", color = "black" ];
  "@kie-tools/online-editor" -> "@kie-tools/cors-proxy" [ style = "dashed", color = "black" ];
  "@kie-tools/online-editor" -> "@kie-tools/kie-sandbox-accelerator-quarkus" [ style = "dashed", color = "black" ];
  "@kie-tools-core/operating-system" -> "@kie-tools/eslint" [ style = "dashed", color = "purple" ];
  "@kie-tools-core/operating-system" -> "@kie-tools/root-env" [ style = "dashed", color = "purple" ];
  "@kie-tools-core/operating-system" -> "@kie-tools/tsconfig" [ style = "dashed", color = "purple" ];
  "@kie-tools-core/patternfly-base" -> "@kie-tools/root-env" [ style = "dashed", color = "purple" ];
  "@kie-tools/playwright-base" -> "@kie-tools-scripts/run-script-if" [ style = "dashed", color = "blue" ];
  "@kie-tools/playwright-base" -> "@kie-tools/root-env" [ style = "dashed", color = "blue" ];
  "@kie-tools/pmml-editor" -> "@kie-tools-core/editor" [ style = "solid", color = "blue" ];
  "@kie-tools/pmml-editor" -> "@kie-tools-core/monaco-editor" [ style = "solid", color = "blue" ];
  "@kie-tools/pmml-editor" -> "@kie-tools/pmml-editor-marshaller" [ style = "solid", color = "blue" ];
  "@kie-tools/pmml-editor" -> "@kie-tools-core/webpack-base" [ style = "dashed", color = "blue" ];
  "@kie-tools/pmml-editor-marshaller" -> "@kie-tools/eslint" [ style = "dashed", color = "blue" ];
  "@kie-tools/pmml-editor-marshaller" -> "@kie-tools/jest-base" [ style = "dashed", color = "blue" ];
  "@kie-tools/pmml-editor-marshaller" -> "@kie-tools/tsconfig" [ style = "dashed", color = "blue" ];
  "pmml-vscode-extension" -> "@kie-tools-core/vscode-extension" [ style = "solid", color = "blue" ];
  "pmml-vscode-extension" -> "@kie-tools/pmml-editor" [ style = "solid", color = "blue" ];
+   "@kie-tools/quarkus-bom" -> "@kie-tools/maven-base" [ style = "solid", color = "black" ];
  "@kie-tools-core/react-hooks" -> "@kie-tools/eslint" [ style = "dashed", color = "purple" ];
  "@kie-tools-core/react-hooks" -> "@kie-tools/root-env" [ style = "dashed", color = "purple" ];
  "@kie-tools-core/react-hooks" -> "@kie-tools/tsconfig" [ style = "dashed", color = "purple" ];
  "@kie-tools/runtime-tools-components" -> "@kie-tools-core/editor" [ style = "solid", color = "blue" ];
  "@kie-tools/runtime-tools-components" -> "@kie-tools/runtime-tools-shared-gateway-api" [ style = "solid", color = "blue" ];
  "@kie-tools/runtime-tools-components" -> "@kie-tools/uniforms-patternfly" [ style = "solid", color = "blue" ];
  "@kie-tools/runtime-tools-consoles-helm-chart" -> "@kie-tools/kogito-management-console" [ style = "solid", color = "black" ];
  "@kie-tools/runtime-tools-management-console-webapp" -> "@kie-tools-core/workspaces-git-fs" [ style = "solid", color = "blue" ];
  "@kie-tools/runtime-tools-management-console-webapp" -> "@kie-tools/jbpm-quarkus-devui" [ style = "dashed", color = "blue" ];
  "@kie-tools/runtime-tools-process-dev-ui-webapp" -> "@kie-tools/runtime-tools-process-webapp-components" [ style = "solid", color = "blue" ];
  "@kie-tools/runtime-tools-process-dev-ui-webapp" -> "@kie-tools/runtime-tools-shared-webapp-components" [ style = "solid", color = "blue" ];
  "@kie-tools/runtime-tools-process-enveloped-components" -> "@kie-tools-core/monaco-editor" [ style = "solid", color = "blue" ];
  "@kie-tools/runtime-tools-process-enveloped-components" -> "@kie-tools-core/react-hooks" [ style = "solid", color = "blue" ];
  "@kie-tools/runtime-tools-process-enveloped-components" -> "@kie-tools/i18n-common-dictionary" [ style = "solid", color = "blue" ];
  "@kie-tools/runtime-tools-process-enveloped-components" -> "@kie-tools/runtime-tools-components" [ style = "solid", color = "blue" ];
  "@kie-tools/runtime-tools-process-enveloped-components" -> "@kie-tools/runtime-tools-process-gateway-api" [ style = "solid", color = "blue" ];
  "@kie-tools/runtime-tools-process-enveloped-components" -> "@kie-tools-core/webpack-base" [ style = "dashed", color = "blue" ];
  "@kie-tools/runtime-tools-process-gateway-api" -> "@kie-tools/runtime-tools-shared-gateway-api" [ style = "solid", color = "blue" ];
  "@kie-tools/runtime-tools-process-webapp-components" -> "@kie-tools/runtime-tools-process-enveloped-components" [ style = "solid", color = "blue" ];
  "@kie-tools/runtime-tools-shared-enveloped-components" -> "@kie-tools-core/monaco-editor" [ style = "solid", color = "blue" ];
  "@kie-tools/runtime-tools-shared-enveloped-components" -> "@kie-tools/i18n-common-dictionary" [ style = "solid", color = "blue" ];
  "@kie-tools/runtime-tools-shared-enveloped-components" -> "@kie-tools/runtime-tools-components" [ style = "solid", color = "blue" ];
  "@kie-tools/runtime-tools-shared-enveloped-components" -> "@kie-tools-core/webpack-base" [ style = "dashed", color = "blue" ];
  "@kie-tools/runtime-tools-shared-gateway-api" -> "@kie-tools/eslint" [ style = "dashed", color = "blue" ];
  "@kie-tools/runtime-tools-shared-gateway-api" -> "@kie-tools/root-env" [ style = "dashed", color = "blue" ];
  "@kie-tools/runtime-tools-shared-gateway-api" -> "@kie-tools/tsconfig" [ style = "dashed", color = "blue" ];
  "@kie-tools/runtime-tools-shared-webapp-components" -> "@kie-tools/runtime-tools-components" [ style = "solid", color = "blue" ];
  "@kie-tools/scesim-editor" -> "@kie-tools-core/react-hooks" [ style = "solid", color = "blue" ];
  "@kie-tools/scesim-editor" -> "@kie-tools/boxed-expression-component" [ style = "solid", color = "blue" ];
  "@kie-tools/scesim-editor" -> "@kie-tools/scesim-marshaller" [ style = "solid", color = "blue" ];
  "@kie-tools/scesim-editor-envelope" -> "@kie-tools-core/editor" [ style = "solid", color = "blue" ];
  "@kie-tools/scesim-editor-envelope" -> "@kie-tools/scesim-editor" [ style = "solid", color = "blue" ];
  "@kie-tools/scesim-marshaller" -> "@kie-tools/xml-parser-ts-codegen" [ style = "dashed", color = "blue" ];
+   "@kie-tools/spring-boot-bom" -> "@kie-tools/maven-base" [ style = "solid", color = "black" ];
  "@kie-tools/storybook-base" -> "@kie-tools-core/webpack-base" [ style = "dashed", color = "blue" ];
  "@kie-tools/storybook-base" -> "@kie-tools/eslint" [ style = "dashed", color = "blue" ];
  "@kie-tools/storybook-base" -> "@kie-tools/tsconfig" [ style = "dashed", color = "blue" ];
  "@kie-tools-core/switch-expression-ts" -> "@kie-tools/eslint" [ style = "dashed", color = "purple" ];
  "@kie-tools-core/switch-expression-ts" -> "@kie-tools/jest-base" [ style = "dashed", color = "purple" ];
  "@kie-tools-core/switch-expression-ts" -> "@kie-tools/tsconfig" [ style = "dashed", color = "purple" ];
  "@kie-tools/text-editor" -> "@kie-tools-core/editor" [ style = "solid", color = "blue" ];
  "@kie-tools/text-editor" -> "@kie-tools-core/monaco-editor" [ style = "solid", color = "blue" ];
  "@kie-tools/uniforms-patternfly" -> "@kie-tools/eslint" [ style = "dashed", color = "blue" ];
  "@kie-tools/uniforms-patternfly" -> "@kie-tools/jest-base" [ style = "dashed", color = "blue" ];
  "@kie-tools/uniforms-patternfly" -> "@kie-tools/tsconfig" [ style = "dashed", color = "blue" ];
  "@kie-tools/uniforms-patternfly-form-wrapper" -> "@kie-tools/dmn-runner" [ style = "solid", color = "blue" ];
  "@kie-tools/uniforms-patternfly-form-wrapper" -> "@kie-tools/i18n-common-dictionary" [ style = "solid", color = "blue" ];
  "@kie-tools/uniforms-patternfly-form-wrapper" -> "@kie-tools-core/webpack-base" [ style = "dashed", color = "blue" ];
  "@kie-tools/unitables" -> "@kie-tools/boxed-expression-component" [ style = "solid", color = "blue" ];
  "@kie-tools/unitables" -> "@kie-tools/dmn-runner" [ style = "solid", color = "blue" ];
  "@kie-tools/unitables-dmn" -> "@kie-tools/unitables" [ style = "solid", color = "blue" ];
  "@kie-tools-core/vscode-extension" -> "@kie-tools-core/editor" [ style = "solid", color = "purple" ];
  "@kie-tools-core/vscode-extension" -> "@kie-tools-core/vscode-java-code-completion" [ style = "solid", color = "purple" ];
  "@kie-tools/vscode-extension-common-test-helpers" -> "@kie-tools/tsconfig" [ style = "dashed", color = "blue" ];
  "vscode-extension-kie-ba-bundle" -> "@kie-tools-core/webpack-base" [ style = "dashed", color = "blue" ];
  "vscode-extension-kie-ba-bundle" -> "@kie-tools/eslint" [ style = "dashed", color = "blue" ];
  "vscode-extension-kie-ba-bundle" -> "@kie-tools/tsconfig" [ style = "dashed", color = "blue" ];
  "vscode-extension-kogito-bundle" -> "@kie-tools-core/webpack-base" [ style = "dashed", color = "blue" ];
  "vscode-extension-kogito-bundle" -> "@kie-tools/eslint" [ style = "dashed", color = "blue" ];
  "vscode-extension-kogito-bundle" -> "@kie-tools/tsconfig" [ style = "dashed", color = "blue" ];
  "@kie-tools-core/vscode-java-code-completion" -> "@kie-tools/eslint" [ style = "dashed", color = "purple" ];
  "@kie-tools-core/vscode-java-code-completion" -> "@kie-tools/root-env" [ style = "dashed", color = "purple" ];
  "@kie-tools-core/vscode-java-code-completion" -> "@kie-tools/tsconfig" [ style = "dashed", color = "purple" ];
  "@kie-tools/vscode-java-code-completion-extension-plugin" -> "@kie-tools/maven-base" [ style = "solid", color = "black" ];
  "@kie-tools-core/webpack-base" -> "@kie-tools/root-env" [ style = "dashed", color = "black" ];
  "@kie-tools-core/workspace" -> "@kie-tools-core/operating-system" [ style = "solid", color = "purple" ];
  "@kie-tools-core/workspaces-git-fs" -> "@kie-tools-core/envelope-bus" [ style = "solid", color = "purple" ];
  "@kie-tools-core/workspaces-git-fs" -> "@kie-tools-core/react-hooks" [ style = "solid", color = "purple" ];
  "@kie-tools-core/workspaces-git-fs" -> "@kie-tools-core/workspace" [ style = "solid", color = "purple" ];
  "@kie-tools-core/workspaces-git-fs" -> "@kie-tools/cors-proxy-api" [ style = "solid", color = "purple" ];
  "@kie-tools-core/workspaces-git-fs" -> "@kie-tools/kie-sandbox-fs" [ style = "solid", color = "purple" ];
  "@kie-tools/xml-parser-ts" -> "@kie-tools/eslint" [ style = "dashed", color = "blue" ];
  "@kie-tools/xml-parser-ts" -> "@kie-tools/jest-base" [ style = "dashed", color = "blue" ];
  "@kie-tools/xml-parser-ts" -> "@kie-tools/tsconfig" [ style = "dashed", color = "blue" ];
  "@kie-tools/xml-parser-ts-codegen" -> "@kie-tools/xml-parser-ts" [ style = "solid", color = "blue" ];
  "@kie-tools/xyflow-react-kie-diagram" -> "@kie-tools-core/operating-system" [ style = "solid", color = "blue" ];
  "@kie-tools/xyflow-react-kie-diagram" -> "@kie-tools-core/switch-expression-ts" [ style = "solid", color = "blue" ];
  "@kie-tools/xyflow-react-kie-diagram" -> "@kie-tools/i18n-common-dictionary" [ style = "dashed", color = "blue" ];
  "@kie-tools/xyflow-react-kie-diagram" -> "@kie-tools/xml-parser-ts" [ style = "dashed", color = "blue" ];
  "@kie-tools-scripts/bootstrap" -> "@kie-tools-scripts/build-env" [ style = "dashed", color = "black" ];
  "@kie-tools-scripts/build-env" -> "@kie-tools/tsconfig" [ style = "dashed", color = "blue" ];
  "@kie-tools-scripts/run-script-if" -> "@kie-tools/tsconfig" [ style = "dashed", color = "blue" ];
}
